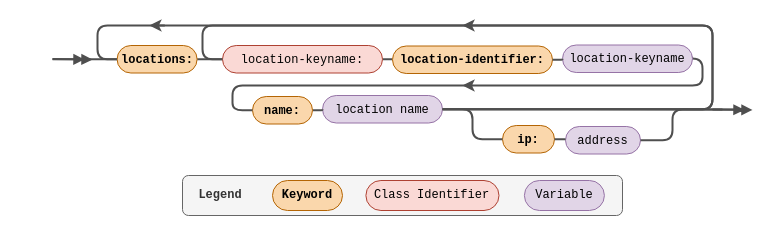
MrDahaniel/StarDuck keeps this draw.io diagram as 3. Proyecto/metamodel/Railroad Locations.drawio. Above is the earlier version. Source tidied: cells renumbered, new cells numbered last; positions are measured from the earlier drawing's top-left corner, leaving out a move shared by most shapes. Both pictures are drawn from the tidied source at 100%, with x=0, y=0 at pixel (52, 25).
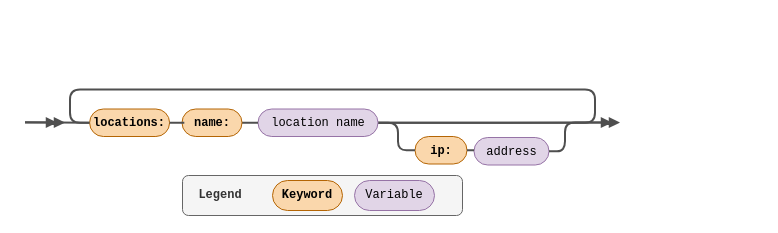
The same page after the edit.

Unchanged cells that the change refers to:
```xml
<mxCell id="20" value="&lt;p&gt;&lt;font face=&quot;Courier New&quot;&gt;ip:&lt;/font&gt;&lt;/p&gt;" style="rounded=1;whiteSpace=wrap;html=1;arcSize=50;fillColor=#fad7ac;strokeColor=#b46504;fontStyle=1;" parent="19" vertex="1">
  <mxGeometry width="52" height="27.5" as="geometry" />
</mxCell>
```

What changed in the source:
```diff
@@
     <mxCell id="2" style="group;" parent="1" vertex="1">
-      <mxGeometry x="130" y="150" width="440" height="40" as="geometry" />
+      <mxGeometry x="130" y="150" width="280" height="40" as="geometry" />
     </mxCell>
     <mxCell id="3" value="&lt;b&gt;&amp;nbsp; Legend&lt;/b&gt;" style="text;html=1;align=left;verticalAlign=middle;whiteSpace=wrap;rounded=1;fontFamily=Courier New;perimeterSpacing=6;shadow=0;fillColor=#f5f5f5;fontColor=#333333;strokeColor=#666666;" parent="2" vertex="1">
-      <mxGeometry width="440" height="40" as="geometry" />
+      <mxGeometry width="280" height="40" as="geometry" />
     </mxCell>
@@
-    <mxCell id="5" value="&lt;span style=&quot;font-weight: 400;&quot;&gt;Class Identifier&lt;/span&gt;" style="rounded=1;whiteSpace=wrap;html=1;fillColor=#fad9d5;strokeColor=#ae4132;arcSize=50;fontStyle=1;fontFamily=Courier New;perimeterSpacing=6;shadow=0;" parent="2" vertex="1">
-      <mxGeometry x="183.4" y="5" width="133.1" height="30" as="geometry" />
-    </mxCell>
     <mxCell id="6" value="&lt;span style=&quot;font-weight: normal;&quot;&gt;Variable&lt;/span&gt;" style="rounded=1;whiteSpace=wrap;html=1;fillColor=#e1d5e7;strokeColor=#9673a6;arcSize=50;fontStyle=1;fontFamily=Courier New;perimeterSpacing=6;shadow=0;" parent="2" vertex="1">
-      <mxGeometry x="341.9" y="5" width="80" height="30" as="geometry" />
+      <mxGeometry x="172" y="5" width="80" height="30" as="geometry" />
     </mxCell>
-    <mxCell id="7" style="edgeStyle=orthogonalEdgeStyle;shape=connector;rounded=1;jettySize=auto;html=1;exitX=1;exitY=0.5;exitDx=0;exitDy=0;entryX=0;entryY=0.5;entryDx=0;entryDy=0;labelBackgroundColor=default;strokeColor=#4F4F4F;strokeWidth=2;fontFamily=Helvetica;fontSize=12;fontColor=default;endArrow=none;endFill=0;" parent="1" edge="1" source="9" target="11">
-      <mxGeometry relative="1" as="geometry" />
-    </mxCell>
+    <mxCell id="36" style="group;" parent="1" vertex="1">
+      <mxGeometry x="-27.5" y="64" width="595" height="75.5" as="geometry" />
+    </mxCell>
-    <mxCell id="8" style="edgeStyle=orthogonalEdgeStyle;shape=connector;rounded=1;jettySize=auto;html=1;exitX=0;exitY=0.5;exitDx=0;exitDy=0;labelBackgroundColor=default;strokeColor=#4F4F4F;strokeWidth=2;fontFamily=Helvetica;fontSize=12;fontColor=default;endArrow=none;endFill=0;" parent="1" edge="1" source="9">
+    <mxCell id="8" style="edgeStyle=orthogonalEdgeStyle;shape=connector;rounded=1;jettySize=auto;html=1;exitX=0;exitY=0.5;exitDx=0;exitDy=0;labelBackgroundColor=default;strokeColor=#4F4F4F;strokeWidth=2;fontFamily=Helvetica;fontSize=12;fontColor=default;endArrow=none;endFill=0;fontStyle=0;" parent="36" edge="1" source="9">
       <mxGeometry relative="1" as="geometry">
-        <mxPoint y="33.8" as="targetPoint" />
+        <mxPoint y="32.8" as="targetPoint" />
       </mxGeometry>
     </mxCell>
-    <mxCell id="9" value="&lt;p&gt;&lt;font face=&quot;Courier New&quot;&gt;locations:&lt;/font&gt;&lt;/p&gt;" style="rounded=1;whiteSpace=wrap;html=1;arcSize=50;fillColor=#fad7ac;strokeColor=#b46504;fontStyle=1;" parent="1" vertex="1">
-      <mxGeometry x="64.6" y="20" width="80" height="27.5" as="geometry" />
+    <mxCell id="9" value="&lt;p&gt;&lt;font face=&quot;Courier New&quot;&gt;locations:&lt;/font&gt;&lt;/p&gt;" style="rounded=1;whiteSpace=wrap;html=1;arcSize=50;fillColor=#fad7ac;strokeColor=#b46504;fontStyle=1;" parent="36" vertex="1">
+      <mxGeometry x="64.6" y="19.5" width="80" height="27.5" as="geometry" />
     </mxCell>
-    <mxCell id="10" style="edgeStyle=orthogonalEdgeStyle;shape=connector;rounded=1;jettySize=auto;html=1;exitX=1;exitY=0.5;exitDx=0;exitDy=0;entryX=0;entryY=0.5;entryDx=0;entryDy=0;labelBackgroundColor=default;strokeColor=#4F4F4F;strokeWidth=2;fontFamily=Helvetica;fontSize=12;fontColor=default;endArrow=none;endFill=0;" parent="1" edge="1" source="11" target="24">
-      <mxGeometry relative="1" as="geometry" />
-    </mxCell>
-    <mxCell id="11" value="&lt;p&gt;&lt;font face=&quot;Courier New&quot;&gt;&lt;span style=&quot;font-weight: normal;&quot;&gt;location-keyname:&lt;/span&gt;&lt;/font&gt;&lt;/p&gt;" style="rounded=1;whiteSpace=wrap;html=1;arcSize=50;fillColor=#fad9d5;strokeColor=#ae4132;fontStyle=1;" parent="1" vertex="1">
-      <mxGeometry x="170" y="20" width="160" height="27.5" as="geometry" />
-    </mxCell>
-    <mxCell id="12" style="edgeStyle=orthogonalEdgeStyle;shape=connector;rounded=1;orthogonalLoop=1;jettySize=auto;html=1;labelBackgroundColor=default;strokeColor=#4F4F4F;strokeWidth=2;fontFamily=Helvetica;fontSize=12;fontColor=default;endArrow=none;endFill=0;" parent="1" edge="1">
+    <mxCell id="12" style="edgeStyle=orthogonalEdgeStyle;shape=connector;rounded=1;orthogonalLoop=1;jettySize=auto;html=1;labelBackgroundColor=default;strokeColor=#4F4F4F;strokeWidth=2;fontFamily=Helvetica;fontSize=12;fontColor=default;endArrow=none;endFill=0;fontStyle=0;" parent="36" edge="1">
       <mxGeometry relative="1" as="geometry">
-        <mxPoint x="150" y="34" as="sourcePoint" />
-        <mxPoint x="150" y="34" as="targetPoint" />
+        <mxPoint x="150" y="33" as="sourcePoint" />
+        <mxPoint x="150" y="33" as="targetPoint" />
         <Array as="points">
-          <mxPoint x="150" y="34" />
-          <mxPoint x="150" y="34" />
+          <mxPoint x="150" y="33" />
+          <mxPoint x="150" y="33" />
         </Array>
       </mxGeometry>
     </mxCell>
-    <mxCell id="13" style="endArrow=doubleBlock;html=1;rounded=1;labelBackgroundColor=default;strokeColor=#4F4F4F;strokeWidth=2;fontFamily=Helvetica;fontSize=12;fontColor=default;shape=connector;endFill=1;" parent="1" edge="1">
+    <mxCell id="13" style="endArrow=doubleBlock;html=1;rounded=1;labelBackgroundColor=default;strokeColor=#4F4F4F;strokeWidth=2;fontFamily=Helvetica;fontSize=12;fontColor=default;shape=connector;endFill=1;fontStyle=0;" parent="36" edge="1">
       <mxGeometry relative="1" as="geometry">
-        <mxPoint y="33.6" as="sourcePoint" />
-        <mxPoint x="40" y="34" as="targetPoint" />
+        <mxPoint y="33" as="sourcePoint" />
+        <mxPoint x="40" y="33" as="targetPoint" />
       </mxGeometry>
     </mxCell>
-    <mxCell id="14" style="group;" parent="1" vertex="1">
-      <mxGeometry x="200" y="70" width="190" height="28.5" as="geometry" />
-    </mxCell>
-    <mxCell id="15" style="edgeStyle=orthogonalEdgeStyle;shape=connector;rounded=1;jettySize=auto;html=1;exitX=1;exitY=0.5;exitDx=0;exitDy=0;labelBackgroundColor=default;strokeColor=#4F4F4F;strokeWidth=2;fontFamily=Helvetica;fontSize=12;fontColor=default;endArrow=none;endFill=0;" parent="14" edge="1" source="16">
-      <mxGeometry relative="1" as="geometry">
-        <mxPoint x="470" y="14" as="targetPoint" />
-      </mxGeometry>
-    </mxCell>
-    <mxCell id="16" value="&lt;p&gt;&lt;font face=&quot;Courier New&quot;&gt;&lt;span style=&quot;font-weight: normal;&quot;&gt;location name&lt;/span&gt;&lt;/font&gt;&lt;/p&gt;" style="rounded=1;whiteSpace=wrap;html=1;arcSize=50;fillColor=#e1d5e7;strokeColor=#9673a6;fontStyle=1;" parent="14" vertex="1">
-      <mxGeometry x="70" width="120" height="27.5" as="geometry" />
-    </mxCell>
-    <mxCell id="17" style="edgeStyle=orthogonalEdgeStyle;shape=connector;rounded=1;jettySize=auto;html=1;exitX=1;exitY=0.5;exitDx=0;exitDy=0;entryX=0;entryY=0.5;entryDx=0;entryDy=0;labelBackgroundColor=default;strokeColor=#4F4F4F;strokeWidth=2;fontFamily=Helvetica;fontSize=12;fontColor=default;endArrow=none;endFill=0;" parent="14" edge="1" source="18" target="16">
-      <mxGeometry relative="1" as="geometry" />
-    </mxCell>
-    <mxCell id="18" value="&lt;p&gt;&lt;font face=&quot;Courier New&quot;&gt;name:&lt;/font&gt;&lt;/p&gt;" style="rounded=1;whiteSpace=wrap;html=1;arcSize=50;fillColor=#fad7ac;strokeColor=#b46504;fontStyle=1;" parent="14" vertex="1">
-      <mxGeometry y="1" width="60" height="27.5" as="geometry" />
-    </mxCell>
-    <mxCell id="19" style="group;" parent="1" vertex="1">
-      <mxGeometry x="450" y="100" width="138" height="28.5" as="geometry" />
+    <mxCell id="19" style="group;fontStyle=0;" parent="36" vertex="1">
+      <mxGeometry x="390" y="47" width="138" height="28.5" as="geometry" />
     </mxCell>
@@
     <mxCell id="21" value="&lt;p&gt;&lt;font face=&quot;Courier New&quot;&gt;&lt;span style=&quot;font-weight: normal;&quot;&gt;address&lt;/span&gt;&lt;/font&gt;&lt;/p&gt;" style="rounded=1;whiteSpace=wrap;html=1;arcSize=50;fillColor=#e1d5e7;strokeColor=#9673a6;fontStyle=1;" parent="19" vertex="1">
-      <mxGeometry x="63" y="1" width="75" height="27.5" as="geometry" />
+      <mxGeometry x="59" y="1" width="75" height="27.5" as="geometry" />
     </mxCell>
-    <mxCell id="22" style="edgeStyle=orthogonalEdgeStyle;shape=connector;rounded=1;jumpStyle=none;jettySize=auto;html=1;exitX=1;exitY=0.5;exitDx=0;exitDy=0;entryX=0;entryY=0.5;entryDx=0;entryDy=0;labelBackgroundColor=default;strokeColor=#4F4F4F;strokeWidth=2;fontFamily=Helvetica;fontSize=12;fontColor=default;startArrow=none;startFill=0;endArrow=none;endFill=0;elbow=vertical;" parent="19" edge="1" source="20" target="21">
+    <mxCell id="22" style="edgeStyle=orthogonalEdgeStyle;shape=connector;rounded=1;jumpStyle=none;jettySize=auto;html=1;exitX=1;exitY=0.5;exitDx=0;exitDy=0;entryX=0;entryY=0.5;entryDx=0;entryDy=0;labelBackgroundColor=default;strokeColor=#4F4F4F;strokeWidth=2;fontFamily=Helvetica;fontSize=12;fontColor=default;startArrow=none;startFill=0;endArrow=none;endFill=0;elbow=vertical;fontStyle=0;" parent="19" edge="1" source="20" target="21">
       <mxGeometry relative="1" as="geometry" />
     </mxCell>
-    <mxCell id="23" style="group;" parent="1" vertex="1">
-      <mxGeometry x="340" y="19.5" width="190" height="28.5" as="geometry" />
-    </mxCell>
-    <mxCell id="24" value="&lt;p&gt;&lt;font face=&quot;Courier New&quot;&gt;location-identifier:&lt;/font&gt;&lt;/p&gt;" style="rounded=1;whiteSpace=wrap;html=1;arcSize=50;fillColor=#fad7ac;strokeColor=#b46504;fontStyle=1;" parent="23" vertex="1">
-      <mxGeometry y="1" width="160" height="27.5" as="geometry" />
-    </mxCell>
-    <mxCell id="25" style="edgeStyle=orthogonalEdgeStyle;shape=connector;rounded=1;jettySize=auto;html=1;exitX=1;exitY=0.5;exitDx=0;exitDy=0;entryX=0;entryY=0.5;entryDx=0;entryDy=0;labelBackgroundColor=default;strokeColor=#4F4F4F;strokeWidth=2;fontFamily=Helvetica;fontSize=12;fontColor=default;endArrow=none;endFill=0;" parent="1" edge="1" source="26" target="18">
-      <mxGeometry relative="1" as="geometry">
-        <Array as="points">
-          <mxPoint x="620" y="31" />
-          <mxPoint x="620" y="33" />
-          <mxPoint x="650" y="33" />
-          <mxPoint x="650" y="60" />
-          <mxPoint x="180" y="60" />
-          <mxPoint x="180" y="85" />
-        </Array>
-      </mxGeometry>
-    </mxCell>
-    <mxCell id="26" value="&lt;p&gt;&lt;font face=&quot;Courier New&quot;&gt;&lt;span style=&quot;font-weight: normal;&quot;&gt;location-keyname&lt;/span&gt;&lt;/font&gt;&lt;/p&gt;" style="rounded=1;whiteSpace=wrap;html=1;arcSize=50;fillColor=#e1d5e7;strokeColor=#9673a6;fontStyle=1;" parent="1" vertex="1">
-      <mxGeometry x="510" y="19.5" width="130" height="27.5" as="geometry" />
-    </mxCell>
-    <mxCell id="27" style="edgeStyle=orthogonalEdgeStyle;shape=connector;rounded=1;jettySize=auto;html=1;exitX=1;exitY=0.5;exitDx=0;exitDy=0;entryX=0;entryY=0.5;entryDx=0;entryDy=0;labelBackgroundColor=default;strokeColor=#4F4F4F;strokeWidth=2;fontFamily=Helvetica;fontSize=12;fontColor=default;endArrow=none;endFill=0;" parent="1" edge="1" source="24" target="26">
-      <mxGeometry relative="1" as="geometry" />
-    </mxCell>
-    <mxCell id="28" style="edgeStyle=orthogonalEdgeStyle;shape=connector;rounded=1;jettySize=auto;html=1;exitX=1;exitY=0.5;exitDx=0;exitDy=0;entryX=0;entryY=0.5;entryDx=0;entryDy=0;labelBackgroundColor=default;strokeColor=#4F4F4F;strokeWidth=2;fontFamily=Helvetica;fontSize=12;fontColor=default;endArrow=none;endFill=0;" parent="1" edge="1" source="16" target="20">
+    <mxCell id="28" style="edgeStyle=orthogonalEdgeStyle;shape=connector;rounded=1;jettySize=auto;html=1;exitX=1;exitY=0.5;exitDx=0;exitDy=0;entryX=0;entryY=0.5;entryDx=0;entryDy=0;labelBackgroundColor=default;strokeColor=#4F4F4F;strokeWidth=2;fontFamily=Helvetica;fontSize=12;fontColor=default;endArrow=none;endFill=0;fontStyle=0;" parent="36" edge="1" source="16" target="20">
       <mxGeometry relative="1" as="geometry" />
     </mxCell>
-    <mxCell id="29" style="edgeStyle=orthogonalEdgeStyle;shape=connector;rounded=1;jettySize=auto;html=1;exitX=1;exitY=0.5;exitDx=0;exitDy=0;labelBackgroundColor=default;strokeColor=#4F4F4F;strokeWidth=2;fontFamily=Helvetica;fontSize=12;fontColor=default;endArrow=none;endFill=0;" parent="1" edge="1" source="21">
-      <mxGeometry relative="1" as="geometry">
-        <mxPoint x="690" y="84" as="targetPoint" />
-        <Array as="points">
-          <mxPoint x="620" y="115" />
-          <mxPoint x="620" y="84" />
-        </Array>
-      </mxGeometry>
-    </mxCell>
-    <mxCell id="30" style="edgeStyle=orthogonalEdgeStyle;shape=connector;rounded=1;jettySize=auto;html=1;exitX=1;exitY=0.5;exitDx=0;exitDy=0;entryX=0;entryY=0.5;entryDx=0;entryDy=0;labelBackgroundColor=default;strokeColor=#4F4F4F;strokeWidth=2;fontFamily=Helvetica;fontSize=12;fontColor=default;endArrow=none;endFill=0;" parent="1" edge="1" source="16" target="11">
-      <mxGeometry relative="1" as="geometry">
-        <Array as="points">
-          <mxPoint x="660" y="84" />
-          <mxPoint x="660" />
-          <mxPoint x="150" />
-          <mxPoint x="150" y="34" />
-        </Array>
-      </mxGeometry>
-    </mxCell>
+    <mxCell id="37" style="endArrow=doubleBlock;html=1;rounded=1;labelBackgroundColor=default;strokeColor=#4F4F4F;strokeWidth=2;fontFamily=Helvetica;fontSize=12;fontColor=default;shape=connector;endFill=1;fontStyle=0;" parent="36" edge="1">
+      <mxGeometry relative="1" as="geometry">
+        <mxPoint x="570" y="33" as="sourcePoint" />
+        <mxPoint x="595" y="33" as="targetPoint" />
+      </mxGeometry>
+    </mxCell>
+    <mxCell id="38" style="edgeStyle=orthogonalEdgeStyle;shape=connector;rounded=1;jettySize=auto;html=1;exitX=1;exitY=0.5;exitDx=0;exitDy=0;labelBackgroundColor=default;strokeColor=#4F4F4F;strokeWidth=2;fontFamily=Helvetica;fontSize=12;fontColor=default;endArrow=none;endFill=0;fontStyle=0;" parent="36" edge="1" source="16">
+      <mxGeometry relative="1" as="geometry">
+        <mxPoint x="580" y="33" as="targetPoint" />
+      </mxGeometry>
+    </mxCell>
-    <mxCell id="31" style="edgeStyle=orthogonalEdgeStyle;shape=connector;rounded=1;jettySize=auto;html=1;exitX=1;exitY=0.5;exitDx=0;exitDy=0;entryX=0;entryY=0.5;entryDx=0;entryDy=0;labelBackgroundColor=default;strokeColor=#4F4F4F;strokeWidth=2;fontFamily=Helvetica;fontSize=12;fontColor=default;endArrow=none;endFill=0;" parent="1" edge="1" source="16" target="9">
+    <mxCell id="31" style="edgeStyle=orthogonalEdgeStyle;shape=connector;rounded=1;jettySize=auto;html=1;exitX=1;exitY=0.5;exitDx=0;exitDy=0;entryX=0;entryY=0.5;entryDx=0;entryDy=0;labelBackgroundColor=default;strokeColor=#4F4F4F;strokeWidth=2;fontFamily=Helvetica;fontSize=12;fontColor=default;endArrow=none;endFill=0;fontStyle=0;" parent="36" edge="1" source="16" target="9">
       <mxGeometry relative="1" as="geometry">
         <Array as="points">
-          <mxPoint x="660" y="84" />
-          <mxPoint x="660" />
+          <mxPoint x="570" y="33" />
+          <mxPoint x="570" />
           <mxPoint x="45" />
-          <mxPoint x="45" y="34" />
+          <mxPoint x="45" y="33" />
         </Array>
       </mxGeometry>
     </mxCell>
-    <mxCell id="32" style="endArrow=doubleBlock;html=1;rounded=1;labelBackgroundColor=default;strokeColor=#4F4F4F;strokeWidth=2;fontFamily=Helvetica;fontSize=12;fontColor=default;shape=connector;endFill=1;" parent="1" edge="1">
-      <mxGeometry relative="1" as="geometry">
-        <mxPoint x="660" y="84.1" as="sourcePoint" />
-        <mxPoint x="700" y="84.4" as="targetPoint" />
-      </mxGeometry>
-    </mxCell>
-    <mxCell id="33" style="endArrow=classic;html=1;rounded=1;labelBackgroundColor=default;strokeColor=#4F4F4F;strokeWidth=2;fontFamily=Helvetica;fontSize=12;fontColor=default;shape=connector;" parent="1" edge="1">
-      <mxGeometry relative="1" as="geometry">
-        <mxPoint x="420" y="60" as="sourcePoint" />
-        <mxPoint x="410" y="60" as="targetPoint" />
-      </mxGeometry>
-    </mxCell>
-    <mxCell id="34" style="endArrow=classic;html=1;rounded=1;labelBackgroundColor=default;strokeColor=#4F4F4F;strokeWidth=2;fontFamily=Helvetica;fontSize=12;fontColor=default;shape=connector;" parent="1" edge="1">
-      <mxGeometry relative="1" as="geometry">
-        <mxPoint x="420" as="sourcePoint" />
-        <mxPoint x="410" as="targetPoint" />
-      </mxGeometry>
-    </mxCell>
-    <mxCell id="35" style="endArrow=classic;html=1;rounded=1;labelBackgroundColor=default;strokeColor=#4F4F4F;strokeWidth=2;fontFamily=Helvetica;fontSize=12;fontColor=default;shape=connector;" parent="1" edge="1">
-      <mxGeometry relative="1" as="geometry">
-        <mxPoint x="112.3" as="sourcePoint" />
-        <mxPoint x="96.9" as="targetPoint" />
-      </mxGeometry>
-    </mxCell>
+    <mxCell id="16" value="&lt;p&gt;&lt;font face=&quot;Courier New&quot;&gt;&lt;span style=&quot;font-weight: normal;&quot;&gt;location name&lt;/span&gt;&lt;/font&gt;&lt;/p&gt;" style="rounded=1;whiteSpace=wrap;html=1;arcSize=50;fillColor=#e1d5e7;strokeColor=#9673a6;fontStyle=1;" parent="36" vertex="1">
+      <mxGeometry x="233" y="19.5" width="120" height="27.5" as="geometry" />
+    </mxCell>
+    <mxCell id="17" style="edgeStyle=orthogonalEdgeStyle;shape=connector;rounded=1;jettySize=auto;html=1;exitX=1;exitY=0.5;exitDx=0;exitDy=0;labelBackgroundColor=default;strokeColor=#4F4F4F;strokeWidth=2;fontFamily=Helvetica;fontSize=12;fontColor=default;endArrow=none;endFill=0;entryX=0;entryY=0.5;entryDx=0;entryDy=0;fontStyle=0;" parent="36" edge="1" source="18" target="16">
+      <mxGeometry relative="1" as="geometry" />
+    </mxCell>
+    <mxCell id="18" value="&lt;p&gt;&lt;font face=&quot;Courier New&quot;&gt;name:&lt;/font&gt;&lt;/p&gt;" style="rounded=1;whiteSpace=wrap;html=1;arcSize=50;fillColor=#fad7ac;strokeColor=#b46504;fontStyle=1;" parent="36" vertex="1">
+      <mxGeometry x="157" y="19.5" width="60" height="27.5" as="geometry" />
+    </mxCell>
+    <mxCell id="39" style="edgeStyle=orthogonalEdgeStyle;shape=connector;rounded=1;jettySize=auto;html=1;exitX=1;exitY=0.5;exitDx=0;exitDy=0;entryX=0.039;entryY=0.496;entryDx=0;entryDy=0;entryPerimeter=0;labelBackgroundColor=default;strokeColor=#4F4F4F;strokeWidth=2;fontFamily=Helvetica;fontSize=12;fontColor=default;endArrow=none;endFill=0;fontStyle=0;" parent="36" edge="1" source="9" target="18">
+      <mxGeometry relative="1" as="geometry" />
+    </mxCell>
+    <mxCell id="40" style="edgeStyle=orthogonalEdgeStyle;shape=connector;rounded=1;jettySize=auto;html=1;exitX=1;exitY=0.5;exitDx=0;exitDy=0;labelBackgroundColor=default;strokeColor=#4F4F4F;strokeWidth=2;fontFamily=Helvetica;fontSize=12;fontColor=default;endArrow=none;endFill=0;fontStyle=0;" parent="36" edge="1" source="21">
+      <mxGeometry relative="1" as="geometry">
+        <mxPoint x="570" y="33" as="targetPoint" />
+        <Array as="points">
+          <mxPoint x="540" y="62" />
+          <mxPoint x="540" y="33" />
+        </Array>
+      </mxGeometry>
+    </mxCell>
```
